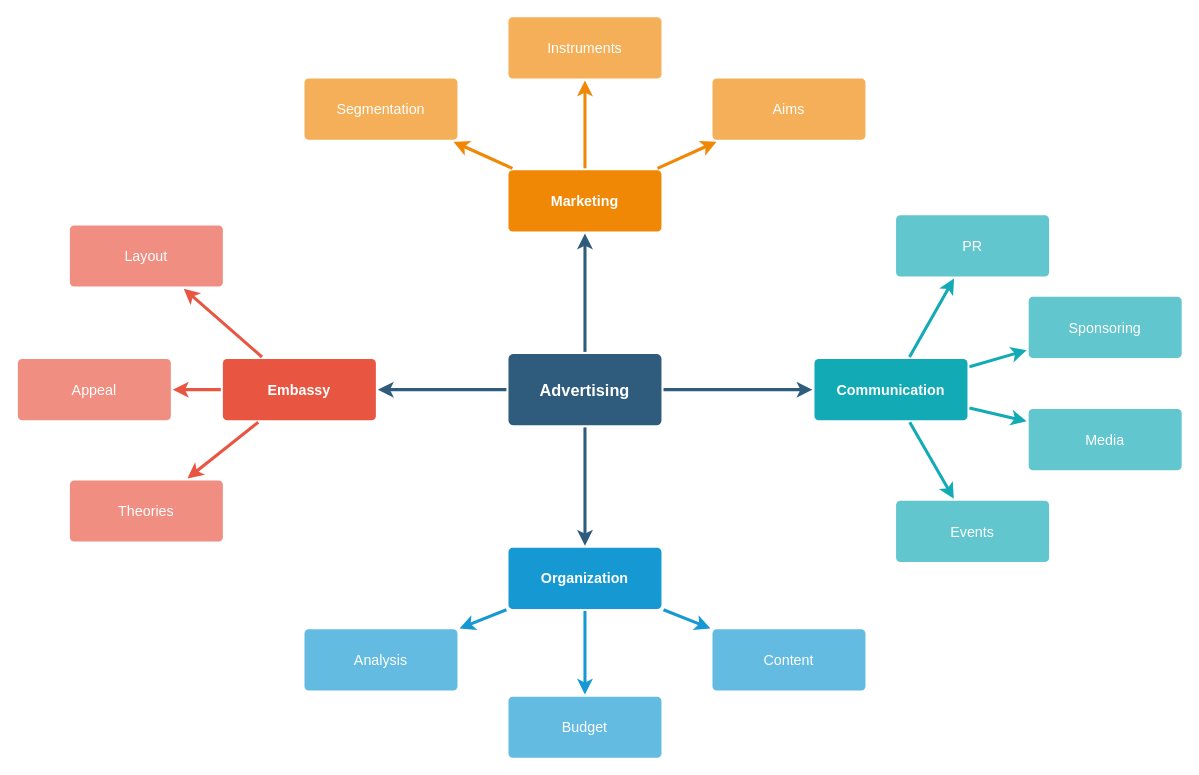
SergeyKurpachev/draw_io keeps this draw.io diagram as Диаграмма без названия.drawio. Above is the earlier version. Source tidied: cells renumbered, new cells numbered last; positions are measured from the earlier drawing's top-left corner, leaving out a move shared by most shapes. Both pictures are drawn from the tidied source at 102%, with x=0, y=0 at pixel (17, 16).
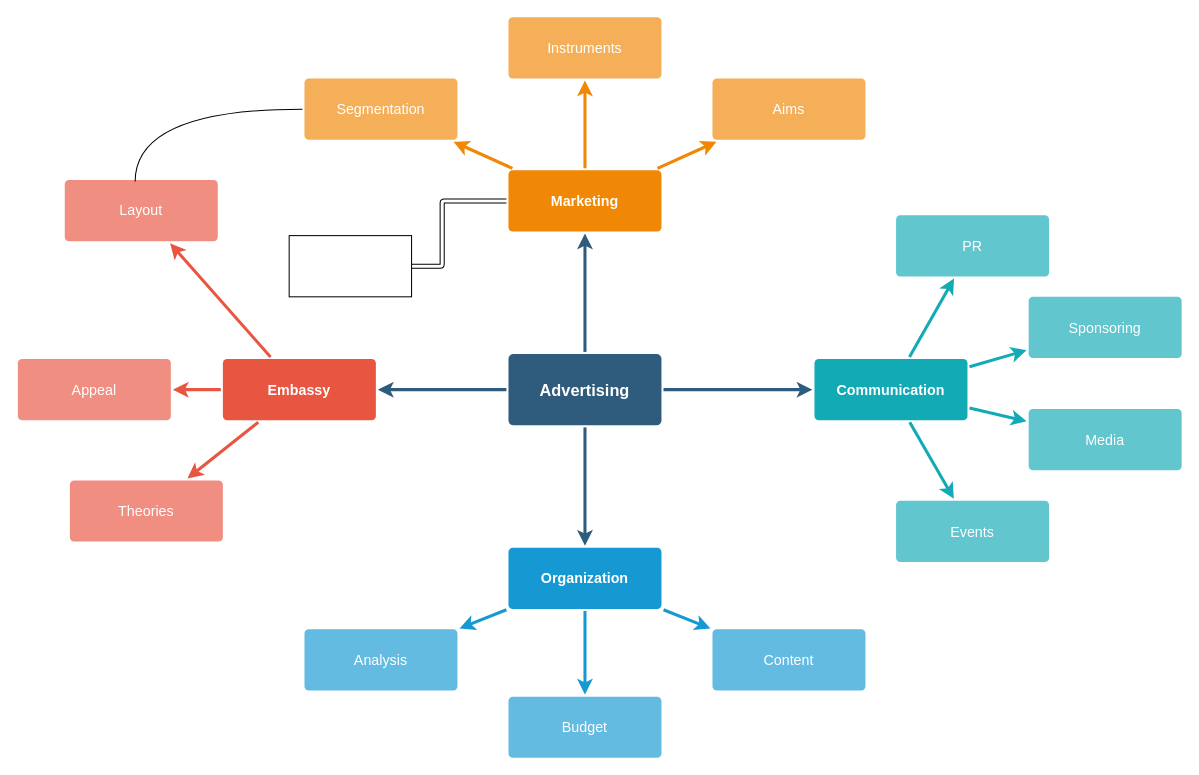
The same page after the edit.

The change refers to these unchanged cells:
```xml
<mxCell id="21" value="Marketing" style="rounded=1;whiteSpace=wrap;html=1;shadow=0;labelBackgroundColor=none;strokeColor=none;strokeWidth=3;fillColor=#F08705;fontFamily=Helvetica;fontSize=14;fontColor=#FFFFFF;align=center;spacing=5;fontStyle=1;arcSize=7;perimeterSpacing=2;" parent="1" vertex="1">
  <mxGeometry x="481" y="150.5" width="150" height="60" as="geometry" />
</mxCell>
<mxCell id="26" value="Segmentation" style="rounded=1;whiteSpace=wrap;html=1;shadow=0;labelBackgroundColor=none;strokeColor=none;strokeWidth=3;fillColor=#f5af58;fontFamily=Helvetica;fontSize=14;fontColor=#FFFFFF;align=center;spacing=5;arcSize=7;perimeterSpacing=2;" parent="1" vertex="1">
  <mxGeometry x="281" y="60.5" width="150" height="60" as="geometry" />
</mxCell>
```

Diff of the diagram source:
```diff
@@
     <mxCell id="13" value="Layout" style="rounded=1;whiteSpace=wrap;html=1;shadow=0;labelBackgroundColor=none;strokeColor=none;strokeWidth=3;fillColor=#f08e81;fontFamily=Helvetica;fontSize=14;fontColor=#FFFFFF;align=center;spacing=5;fontStyle=0;arcSize=7;perimeterSpacing=2;" parent="1" vertex="1">
-      <mxGeometry x="51" y="204.5" width="150" height="60" as="geometry" />
+      <mxGeometry x="46" y="160" width="150" height="60" as="geometry" />
     </mxCell>
@@
+    <mxCell id="37" style="edgeStyle=orthogonalEdgeStyle;rounded=1;jettySize=auto;html=1;exitX=1;exitY=0.5;exitDx=0;exitDy=0;entryX=0;entryY=0.5;entryDx=0;entryDy=0;curved=0;shape=link;" parent="1" edge="1" source="38" target="21">
+      <mxGeometry relative="1" as="geometry">
+        <Array as="points">
+          <mxPoint x="416" y="245" />
+          <mxPoint x="416" y="181" />
+        </Array>
+      </mxGeometry>
+    </mxCell>
+    <mxCell id="38" style="rounded=0;whiteSpace=wrap;html=1;" parent="1" vertex="1">
+      <mxGeometry x="266" y="214.5" width="120" height="60" as="geometry" />
+    </mxCell>
+    <mxCell id="39" style="edgeStyle=orthogonalEdgeStyle;curved=1;rounded=0;jettySize=auto;html=1;exitX=0;exitY=0.5;exitDx=0;exitDy=0;entryX=0.461;entryY=0.055;entryDx=0;entryDy=0;entryPerimeter=0;endArrow=none;endFill=0;" parent="1" edge="1" source="26" target="13">
+      <mxGeometry relative="1" as="geometry" />
+    </mxCell>
```
